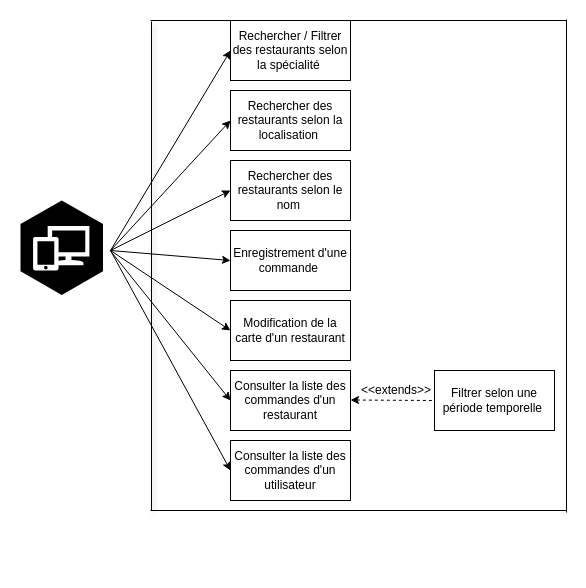
Earlier version of the draw.io diagram diagrammes/diagramme_utilisation_API.drawio (TheAIWizard/Ensaeats). Source tidied: cells renumbered, new cells numbered last; positions are measured from the earlier drawing's top-left corner, leaving out a move shared by most shapes. Both pictures are drawn from the tidied source at 100%, with x=0, y=0 at pixel (20, 19).
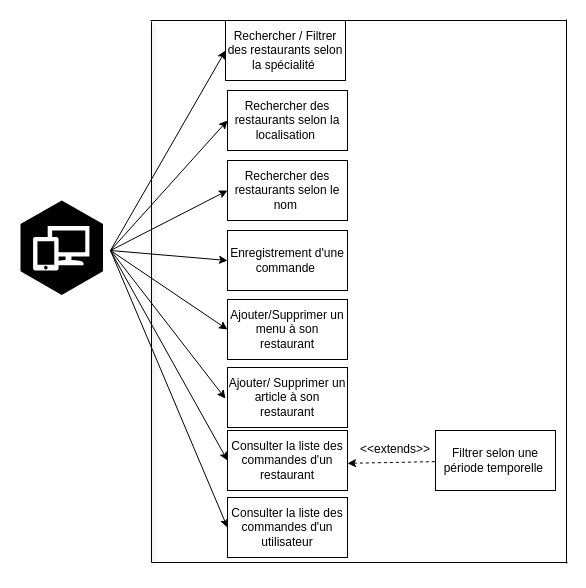
Above is the later version.

Change to the diagram source:
```diff
@@
     <mxCell id="2" style="endArrow=none;html=1;shadow=1;strokeColor=#000000;" parent="1" edge="1">
       <mxGeometry relative="1" as="geometry">
-        <mxPoint x="131" y="491" as="sourcePoint" />
+        <mxPoint x="131" y="543" as="sourcePoint" />
         <mxPoint x="131" y="2" as="targetPoint" />
       </mxGeometry>
     </mxCell>
@@
     <mxCell id="4" value="Enregistrement d'une commande&amp;nbsp;" style="rounded=0;whiteSpace=wrap;html=1;" parent="1" vertex="1">
-      <mxGeometry x="210" y="211" width="120" height="60" as="geometry" />
+      <mxGeometry x="207" y="211" width="120" height="60" as="geometry" />
     </mxCell>
-    <mxCell id="5" value="Modification de la carte d'un restaurant&lt;br&gt;" style="rounded=0;whiteSpace=wrap;html=1;" parent="1" vertex="1">
-      <mxGeometry x="210" y="281" width="120" height="60" as="geometry" />
+    <mxCell id="5" value="Ajouter/Supprimer un menu à son restaurant" style="rounded=0;whiteSpace=wrap;html=1;" parent="1" vertex="1">
+      <mxGeometry x="207" y="280" width="120" height="60" as="geometry" />
     </mxCell>
@@
     <mxCell id="8" value="Consulter la liste des commandes d'un restaurant" style="rounded=0;whiteSpace=wrap;html=1;" parent="1" vertex="1">
-      <mxGeometry x="210" y="351" width="120" height="60" as="geometry" />
+      <mxGeometry x="207" y="411" width="120" height="60" as="geometry" />
     </mxCell>
@@
     <mxCell id="10" value="Rechercher des restaurants selon la localisation&amp;nbsp;" style="rounded=0;whiteSpace=wrap;html=1;" parent="1" vertex="1">
-      <mxGeometry x="210" y="71" width="120" height="60" as="geometry" />
+      <mxGeometry x="207" y="71" width="120" height="60" as="geometry" />
     </mxCell>
@@
     <mxCell id="12" value="Consulter la liste des commandes d'un utilisateur" style="rounded=0;whiteSpace=wrap;html=1;" parent="1" vertex="1">
-      <mxGeometry x="210" y="421" width="120" height="60" as="geometry" />
+      <mxGeometry x="207" y="478" width="120" height="60" as="geometry" />
     </mxCell>
     <mxCell id="13" style="endArrow=none;html=1;strokeColor=#000000;" parent="1" edge="1">
       <mxGeometry relative="1" as="geometry">
-        <mxPoint x="130" y="491" as="sourcePoint" />
-        <mxPoint x="546" y="491" as="targetPoint" />
+        <mxPoint x="131" y="543" as="sourcePoint" />
+        <mxPoint x="547" y="543" as="targetPoint" />
         <Array as="points">
-          <mxPoint x="130" y="491" />
+          <mxPoint x="131" y="543" />
         </Array>
       </mxGeometry>
     </mxCell>
     <mxCell id="14" style="endArrow=none;html=1;strokeColor=#000000;" parent="1" edge="1">
       <mxGeometry relative="1" as="geometry">
-        <mxPoint x="546" y="493" as="sourcePoint" />
+        <mxPoint x="546" y="544" as="sourcePoint" />
         <mxPoint x="546" as="targetPoint" />
       </mxGeometry>
     </mxCell>
@@
     <mxCell id="18" value="Rechercher des restaurants selon le nom&amp;nbsp;" style="rounded=0;whiteSpace=wrap;html=1;" parent="1" vertex="1">
-      <mxGeometry x="210" y="141" width="120" height="60" as="geometry" />
+      <mxGeometry x="207" y="141" width="120" height="60" as="geometry" />
     </mxCell>
     <mxCell id="19" value="Rechercher / Filtrer des restaurants selon la spécialité&amp;nbsp;" style="rounded=0;whiteSpace=wrap;html=1;" parent="1" vertex="1">
-      <mxGeometry x="210" y="1" width="120" height="60" as="geometry" />
+      <mxGeometry x="205" y="1" width="120" height="60" as="geometry" />
     </mxCell>
@@
-    <mxCell id="21" style="endArrow=none;html=1;startArrow=classic;startFill=1;endFill=0;dashed=1;strokeColor=#000000;" parent="1" edge="1">
-      <mxGeometry relative="1" as="geometry">
-        <mxPoint x="330" y="380.5" as="sourcePoint" />
-        <mxPoint x="413" y="381" as="targetPoint" />
-      </mxGeometry>
+    <mxCell id="21" style="endArrow=none;html=1;startArrow=classic;startFill=1;endFill=0;dashed=1;strokeColor=#000000;exitX=1;exitY=0.547;exitDx=0;exitDy=0;exitPerimeter=0;" parent="1" edge="1" source="8" target="22">
+      <mxGeometry relative="1" as="geometry" />
     </mxCell>
     <mxCell id="22" value="Filtrer selon une période temporelle&amp;nbsp;" style="rounded=0;whiteSpace=wrap;html=1;" parent="1" vertex="1">
-      <mxGeometry x="414" y="351" width="120" height="60" as="geometry" />
+      <mxGeometry x="415" y="411" width="120" height="60" as="geometry" />
     </mxCell>
     <mxCell id="23" value="&lt;font color=&quot;#000000&quot;&gt;&amp;lt;&amp;lt;extends&amp;gt;&amp;gt;&lt;/font&gt;" style="text;html=1;strokeColor=none;fillColor=none;align=center;verticalAlign=middle;whiteSpace=wrap;rounded=0;rotation=0;" parent="1" vertex="1">
-      <mxGeometry x="356" y="361" width="40" height="20" as="geometry" />
+      <mxGeometry x="355" y="420" width="40" height="20" as="geometry" />
     </mxCell>
+    <mxCell id="24" value="Ajouter/ Supprimer un article à son restaurant" style="rounded=0;whiteSpace=wrap;html=1;" parent="1" vertex="1">
+      <mxGeometry x="207" y="348" width="120" height="60" as="geometry" />
+    </mxCell>
+    <mxCell id="25" style="endArrow=classic;html=1;entryX=-0.017;entryY=0.519;entryDx=0;entryDy=0;strokeColor=#000000;entryPerimeter=0;" parent="1" edge="1" target="24">
+      <mxGeometry relative="1" as="geometry">
+        <mxPoint x="91" y="232" as="sourcePoint" />
+      </mxGeometry>
+    </mxCell>
```
